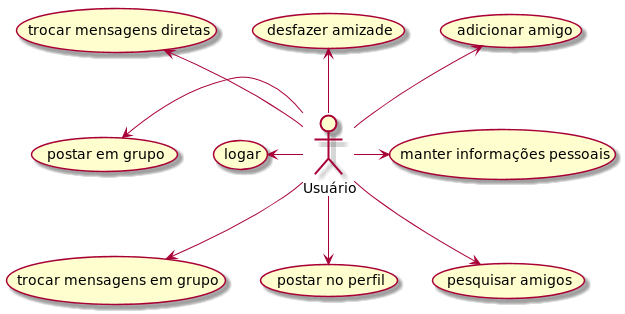
Earlier version of the PlantUML export docs/caso_uso.png (DhiegoV/Dez-seis).
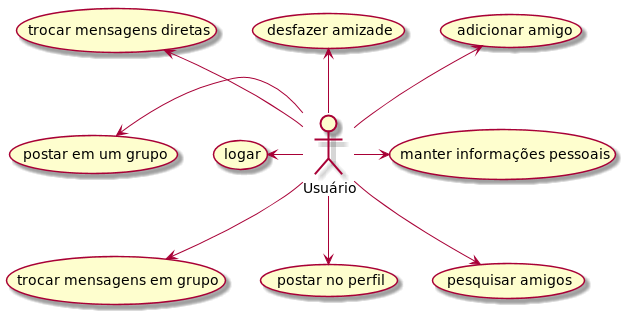
The same file after the commit.

Commit message:
adicionando novos métodos e melhorando classes nos diagramas

The edit, as a diff of the source:
```diff
@@ -9,7 +9,7 @@
 usr -up-> (trocar mensagens diretas)
 usr -down-> (trocar mensagens em grupo)
 usr -down-> (postar no perfil)
-usr -left-> (postar em grupo)
+usr -left-> (postar em um grupo)
 usr -down-> (pesquisar amigos)
 
 @enduml
```
